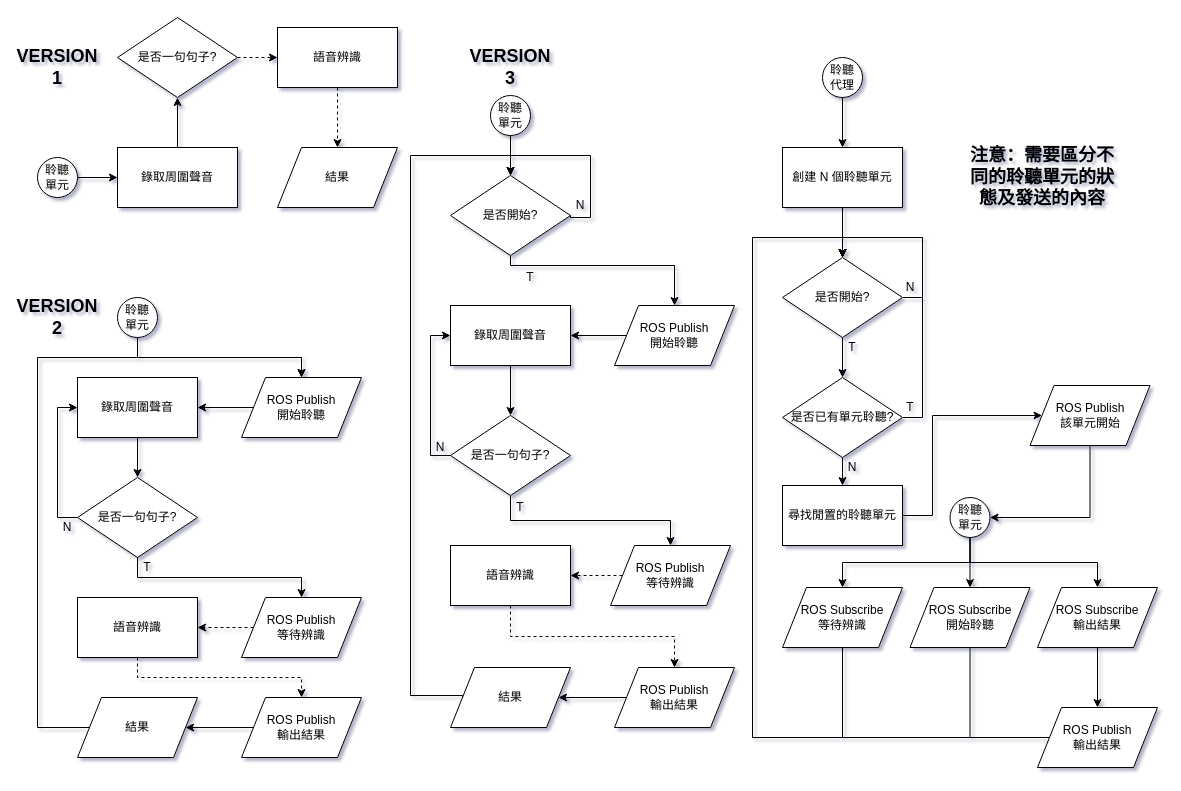
The draw.io diagram 語音辨識流程圖.drawio in supercatex/flowchart, before the edit. Source tidied: cells renumbered, new cells numbered last; positions are measured from the earlier drawing's top-left corner, leaving out a move shared by most shapes. Both pictures are drawn from the tidied source at 100%, with x=0, y=0 at pixel (32, 17).
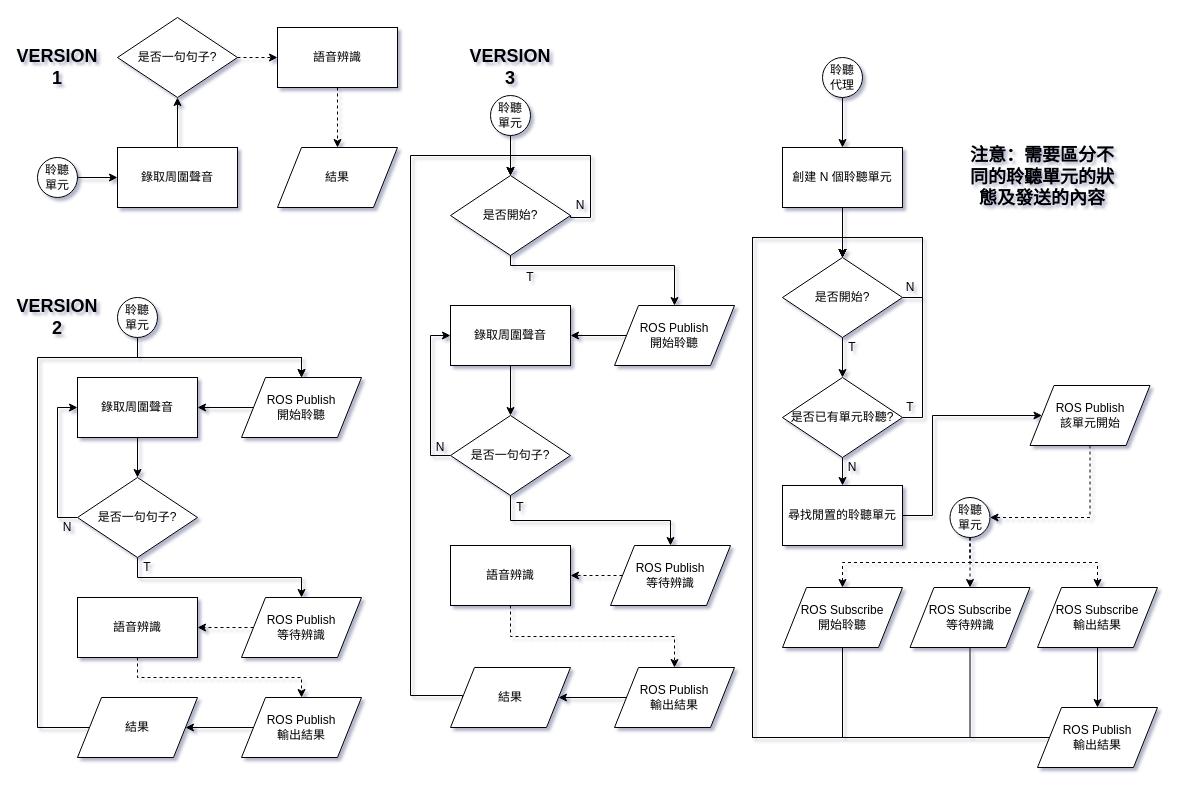
Above is the later version.

Commit message:
Update 語音辨識流程圖.drawio

The change refers to these unchanged cells:
```xml
<mxCell id="48" value="ROS Publish&lt;br&gt;該單元開始&lt;br&gt;" style="shape=parallelogram;perimeter=parallelogramPerimeter;whiteSpace=wrap;html=1;fontSize=12;" parent="1" vertex="1">
  <mxGeometry x="997.5" y="368" width="120" height="60" as="geometry" />
</mxCell>
<mxCell id="53" value="聆聽&lt;br&gt;單元" style="ellipse;whiteSpace=wrap;html=1;" parent="1" vertex="1">
  <mxGeometry x="917.5" y="480" width="40" height="40" as="geometry" />
</mxCell>
<mxCell id="59" value="ROS Subscribe&lt;br&gt;輸出結果&lt;br&gt;" style="shape=parallelogram;perimeter=parallelogramPerimeter;whiteSpace=wrap;html=1;fontSize=12;" parent="1" vertex="1">
  <mxGeometry x="1005" y="570" width="120" height="60" as="geometry" />
</mxCell>
```

The edit, as a diff of the source:
```diff
@@
-    <mxCell id="47" style="edgeStyle=orthogonalEdgeStyle;rounded=0;jettySize=auto;html=1;exitX=0.5;exitY=1;exitDx=0;exitDy=0;entryX=1;entryY=0.5;entryDx=0;entryDy=0;fontSize=12;" parent="1" edge="1" source="48" target="53">
+    <mxCell id="47" style="edgeStyle=orthogonalEdgeStyle;rounded=0;jettySize=auto;html=1;exitX=0.5;exitY=1;exitDx=0;exitDy=0;entryX=1;entryY=0.5;entryDx=0;entryDy=0;fontSize=12;dashed=1;" parent="1" edge="1" source="48" target="53">
       <mxGeometry relative="1" as="geometry" />
     </mxCell>
@@
-    <mxCell id="50" style="edgeStyle=orthogonalEdgeStyle;rounded=0;jettySize=auto;html=1;exitX=0.5;exitY=1;exitDx=0;exitDy=0;fontSize=12;" parent="1" edge="1" source="53" target="55">
+    <mxCell id="50" style="edgeStyle=orthogonalEdgeStyle;rounded=0;jettySize=auto;html=1;exitX=0.5;exitY=1;exitDx=0;exitDy=0;fontSize=12;dashed=1;" parent="1" edge="1" source="53" target="55">
       <mxGeometry relative="1" as="geometry" />
     </mxCell>
-    <mxCell id="51" style="edgeStyle=orthogonalEdgeStyle;rounded=0;jettySize=auto;html=1;exitX=0.5;exitY=1;exitDx=0;exitDy=0;entryX=0.5;entryY=0;entryDx=0;entryDy=0;fontSize=12;" parent="1" edge="1" source="53" target="57">
+    <mxCell id="51" style="edgeStyle=orthogonalEdgeStyle;rounded=0;jettySize=auto;html=1;exitX=0.5;exitY=1;exitDx=0;exitDy=0;entryX=0.5;entryY=0;entryDx=0;entryDy=0;fontSize=12;dashed=1;" parent="1" edge="1" source="53" target="57">
       <mxGeometry relative="1" as="geometry" />
     </mxCell>
-    <mxCell id="52" style="edgeStyle=orthogonalEdgeStyle;rounded=0;jettySize=auto;html=1;exitX=0.5;exitY=1;exitDx=0;exitDy=0;entryX=0.5;entryY=0;entryDx=0;entryDy=0;fontSize=12;" parent="1" edge="1" source="53" target="59">
+    <mxCell id="52" style="edgeStyle=orthogonalEdgeStyle;rounded=0;jettySize=auto;html=1;exitX=0.5;exitY=1;exitDx=0;exitDy=0;entryX=0.5;entryY=0;entryDx=0;entryDy=0;fontSize=12;dashed=1;" parent="1" edge="1" source="53" target="59">
       <mxGeometry relative="1" as="geometry" />
     </mxCell>
@@
-    <mxCell id="55" value="ROS Subscribe&lt;br&gt;等待辨識&lt;br&gt;" style="shape=parallelogram;perimeter=parallelogramPerimeter;whiteSpace=wrap;html=1;fontSize=12;" parent="1" vertex="1">
+    <mxCell id="55" value="ROS Subscribe&lt;br&gt;開始聆聽&lt;br&gt;" style="shape=parallelogram;perimeter=parallelogramPerimeter;whiteSpace=wrap;html=1;fontSize=12;" parent="1" vertex="1">
       <mxGeometry x="750" y="570" width="120" height="60" as="geometry" />
     </mxCell>
@@
-    <mxCell id="57" value="ROS Subscribe&lt;br&gt;開始聆聽&lt;br&gt;" style="shape=parallelogram;perimeter=parallelogramPerimeter;whiteSpace=wrap;html=1;fontSize=12;" parent="1" vertex="1">
+    <mxCell id="57" value="ROS Subscribe&lt;br&gt;等待辨識&lt;br&gt;" style="shape=parallelogram;perimeter=parallelogramPerimeter;whiteSpace=wrap;html=1;fontSize=12;" parent="1" vertex="1">
       <mxGeometry x="877.5" y="570" width="120" height="60" as="geometry" />
     </mxCell>
```
